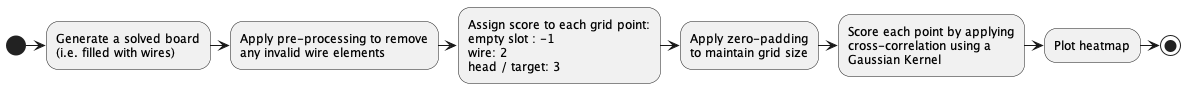
Before: report_figures/density_map_scoring.png, a diagram exported from PlantUML (mwolinska/Routing-Board-Generation).
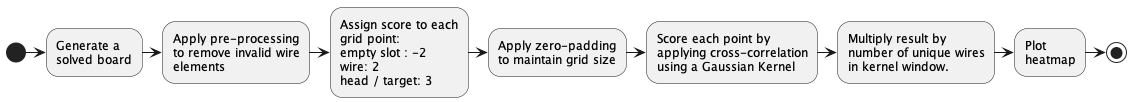
The same diagram one commit later.

Commit message:
Updating report figures

Diff of the diagram source:
```diff
@@ -1,17 +1,23 @@
 @startuml
-(*) -right-> "Generate a solved board
-(i.e. filled with wires)"
--right-> "Apply pre-processing to remove
-any invalid wire elements"
--right-> "Assign score to each grid point:
-empty slot : -1
+(*) -right-> "Generate a
+solved board"
+-right-> "Apply pre-processing
+to remove invalid wire
+elements"
+-right-> "Assign score to each
+grid point:
+empty slot : -2
 wire: 2
 head / target: 3"
 -right-> "Apply zero-padding
 to maintain grid size"
--right-> "Score each point by applying
-cross-correlation using a
-Gaussian Kernel"
--right-> "Plot heatmap"
+-right-> "Score each point by
+applying cross-correlation
+using a Gaussian Kernel"
+-right-> "Multiply result by
+number of unique wires
+in kernel window."
+-right-> "Plot
+heatmap"
 -right-> (*)
 @enduml
```
